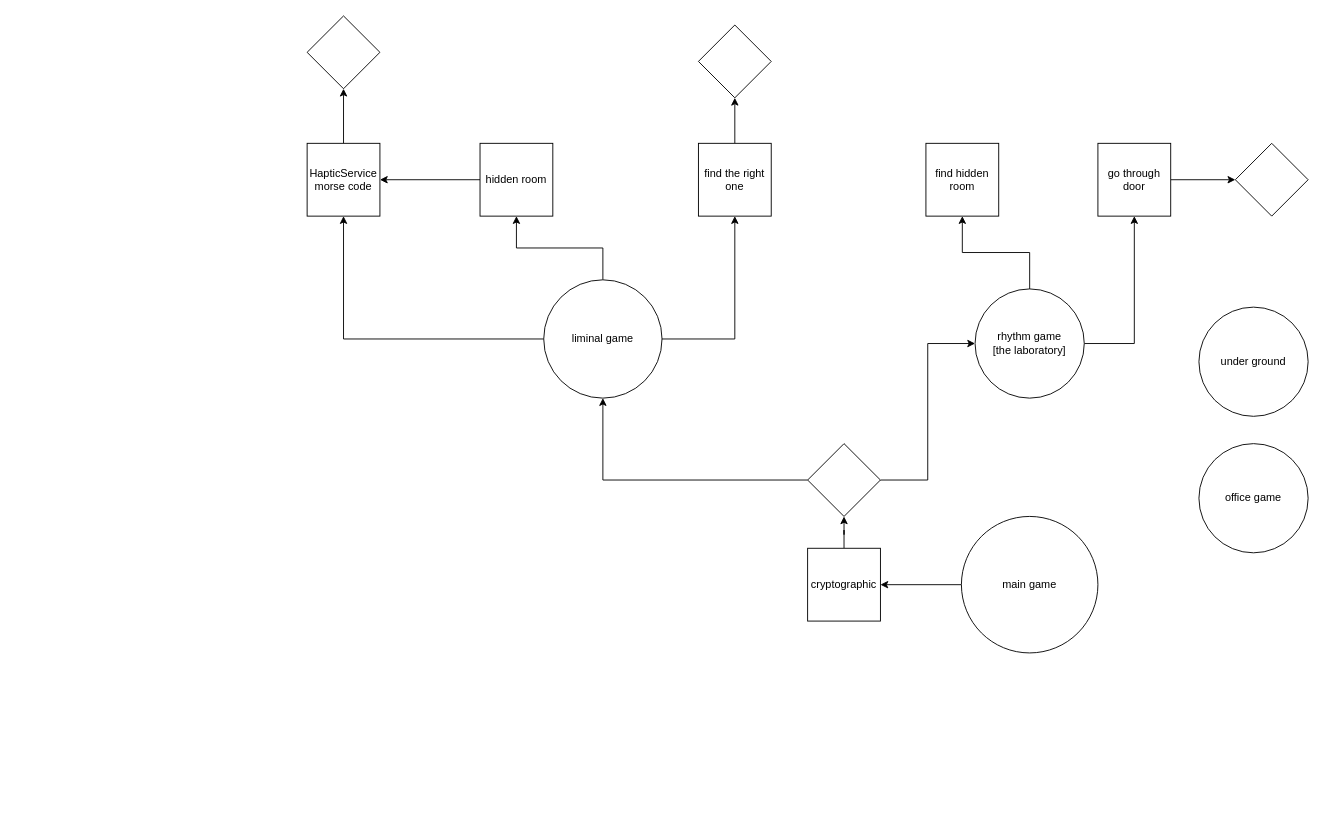
Earlier version of the draw.io diagram puzzles.drawio (Hapcoder11/things). Source tidied: cells renumbered, new cells numbered last; positions are measured from the earlier drawing's top-left corner, leaving out a move shared by most shapes. Both pictures are drawn from the tidied source at 91%, with x=0, y=0 at pixel (307, 15).
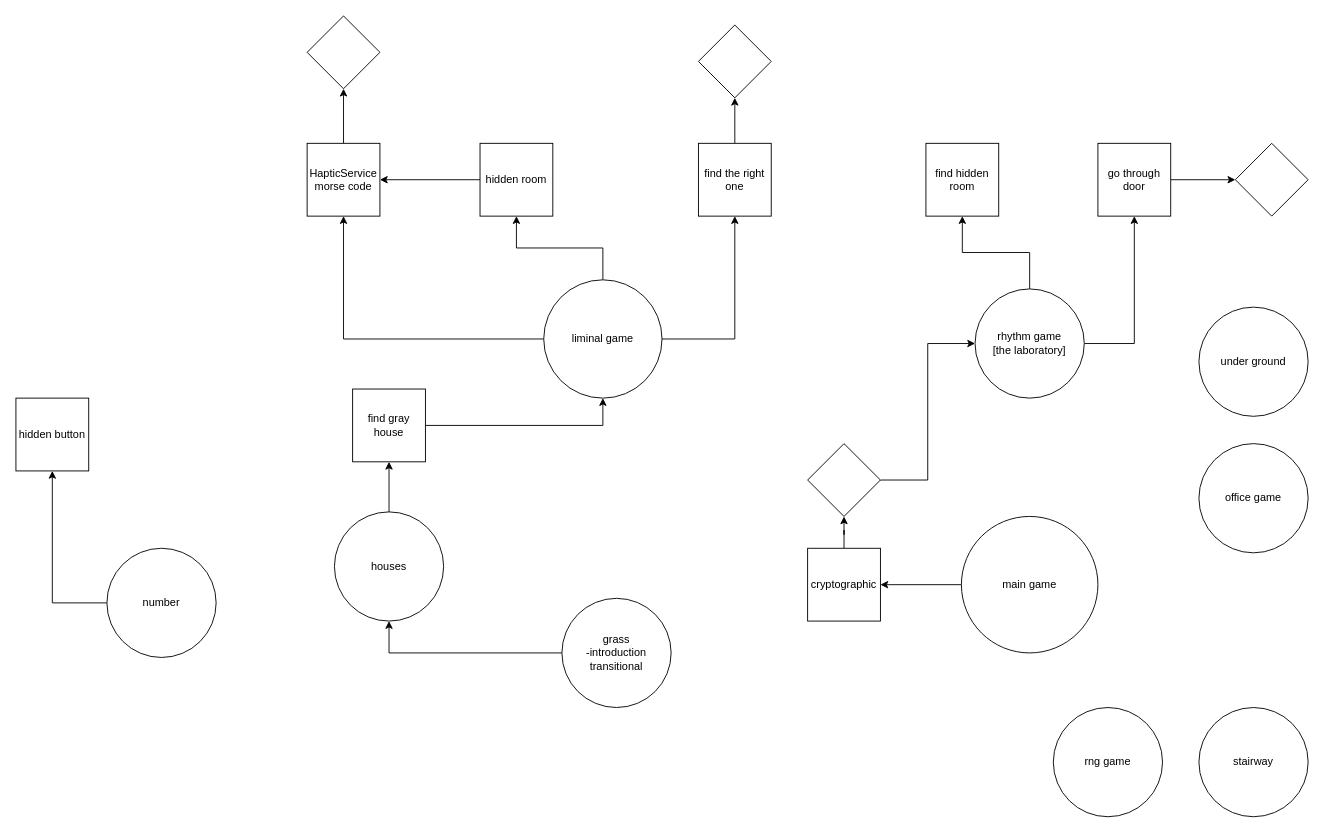
Above is the later version.

Unchanged cells that the change refers to:
```xml
<mxCell id="14" value="liminal game" style="ellipse;whiteSpace=wrap;html=1;" parent="1" vertex="1">
  <mxGeometry x="260" y="290" width="130" height="130" as="geometry" />
</mxCell>
<mxCell id="21" style="rhombus;whiteSpace=wrap;html=1;" parent="1" vertex="1">
  <mxGeometry x="550" y="470" width="80" height="80" as="geometry" />
</mxCell>
```

The edit, as a diff of the source:
```diff
@@
-    <mxCell id="19" style="edgeStyle=orthogonalEdgeStyle;rounded=0;jettySize=auto;html=1;entryX=0.5;entryY=1;entryDx=0;entryDy=0;" parent="1" edge="1" source="21" target="14">
-      <mxGeometry relative="1" as="geometry" />
-    </mxCell>
@@
+    <mxCell id="30" style="edgeStyle=orthogonalEdgeStyle;rounded=0;jettySize=auto;html=1;entryX=0.5;entryY=1;entryDx=0;entryDy=0;" parent="1" edge="1" source="31" target="38">
+      <mxGeometry relative="1" as="geometry" />
+    </mxCell>
+    <mxCell id="31" value="grass&lt;div&gt;-introduction transitional&lt;/div&gt;" style="ellipse;whiteSpace=wrap;html=1;" parent="1" vertex="1">
+      <mxGeometry x="280" y="640" width="120" height="120" as="geometry" />
+    </mxCell>
+    <mxCell id="32" value="stairway" style="ellipse;whiteSpace=wrap;html=1;" parent="1" vertex="1">
+      <mxGeometry x="980" y="760" width="120" height="120" as="geometry" />
+    </mxCell>
+    <mxCell id="33" value="rng game" style="ellipse;whiteSpace=wrap;html=1;" parent="1" vertex="1">
+      <mxGeometry x="820" y="760" width="120" height="120" as="geometry" />
+    </mxCell>
+    <mxCell id="34" style="edgeStyle=orthogonalEdgeStyle;rounded=0;jettySize=auto;html=1;entryX=0.5;entryY=1;entryDx=0;entryDy=0;" parent="1" edge="1" source="35" target="36">
+      <mxGeometry relative="1" as="geometry" />
+    </mxCell>
+    <mxCell id="35" value="number" style="ellipse;whiteSpace=wrap;html=1;" parent="1" vertex="1">
+      <mxGeometry x="-220" y="585" width="120" height="120" as="geometry" />
+    </mxCell>
+    <mxCell id="36" value="hidden button" style="whiteSpace=wrap;html=1;" parent="1" vertex="1">
+      <mxGeometry x="-320" y="420" width="80" height="80" as="geometry" />
+    </mxCell>
+    <mxCell id="37" style="edgeStyle=orthogonalEdgeStyle;rounded=0;jettySize=auto;html=1;entryX=0.5;entryY=1;entryDx=0;entryDy=0;" parent="1" edge="1" source="38" target="40">
+      <mxGeometry relative="1" as="geometry" />
+    </mxCell>
+    <mxCell id="38" value="houses" style="ellipse;whiteSpace=wrap;html=1;" parent="1" vertex="1">
+      <mxGeometry x="30" y="545" width="120" height="120" as="geometry" />
+    </mxCell>
+    <mxCell id="39" style="edgeStyle=orthogonalEdgeStyle;rounded=0;jettySize=auto;html=1;entryX=0.5;entryY=1;entryDx=0;entryDy=0;" parent="1" edge="1" source="40" target="14">
+      <mxGeometry relative="1" as="geometry" />
+    </mxCell>
+    <mxCell id="40" value="find gray house" style="whiteSpace=wrap;html=1;" parent="1" vertex="1">
+      <mxGeometry x="50" y="410" width="80" height="80" as="geometry" />
+    </mxCell>
```
